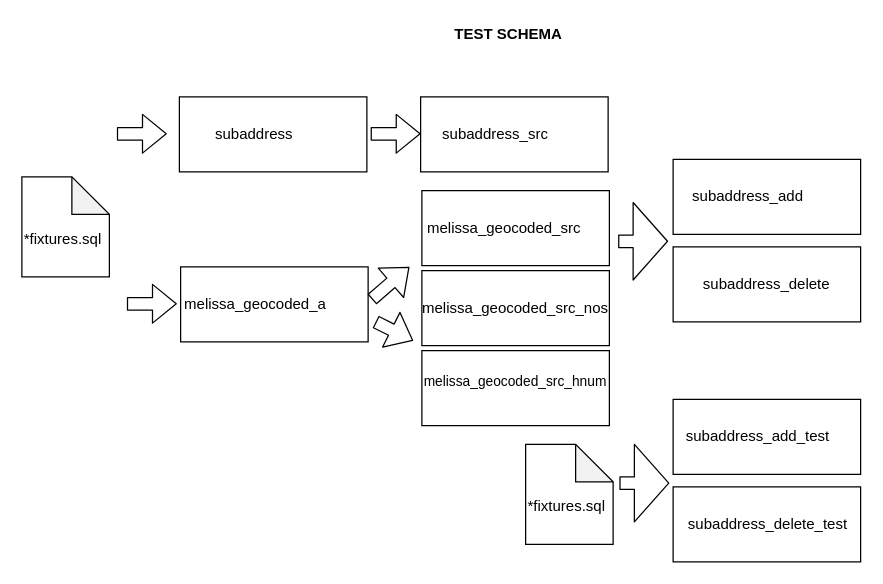
This is doc/test_schema.drawio from mattyschell/cscl-subaddress-matched, a draw.io file, before an edit. Source tidied: cells renumbered, new cells numbered last; positions are measured from the earlier drawing's top-left corner, leaving out a move shared by most shapes. Both pictures are drawn from the tidied source at 125%, with x=0, y=0 at pixel (21, 21).
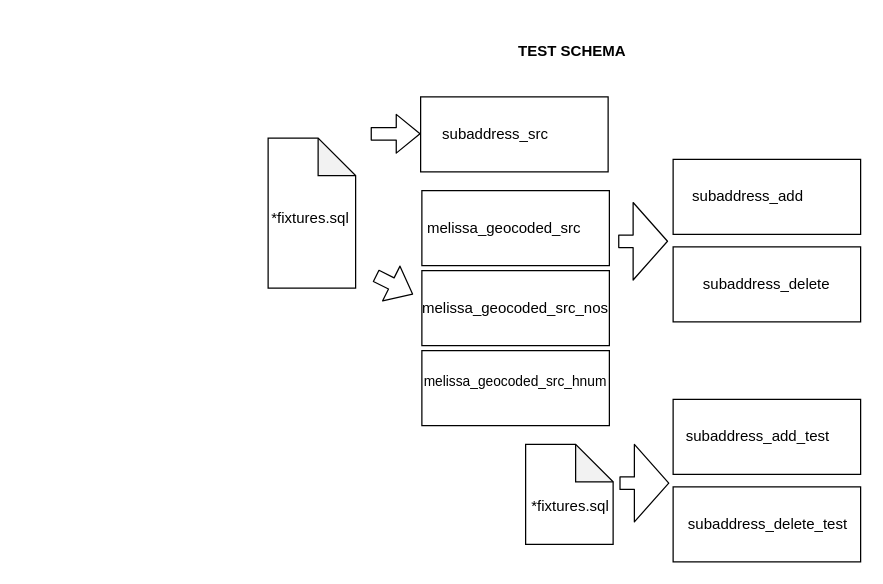
The same diagram, later.

Change to the diagram source:
```diff
@@
     <mxCell id="12" value="TEST SCHEMA" style="text;html=1;strokeColor=none;fillColor=none;align=center;verticalAlign=middle;whiteSpace=wrap;rounded=0;fontStyle=1;" parent="1" vertex="1">
-      <mxGeometry x="344" width="91" height="20" as="geometry" />
+      <mxGeometry x="395" y="14" width="91" height="20" as="geometry" />
     </mxCell>
-    <mxCell id="13" style="rounded=0;whiteSpace=wrap;html=1;" parent="1" vertex="1">
-      <mxGeometry x="126" y="60" width="150" height="60" as="geometry" />
-    </mxCell>
-    <mxCell id="14" value="subaddress" style="text;html=1;strokeColor=none;fillColor=none;align=center;verticalAlign=middle;whiteSpace=wrap;rounded=0;" parent="1" vertex="1">
-      <mxGeometry x="166" y="80" width="40" height="20" as="geometry" />
-    </mxCell>
-    <mxCell id="15" style="rounded=0;whiteSpace=wrap;html=1;" parent="1" vertex="1">
-      <mxGeometry x="127" y="196" width="150" height="60" as="geometry" />
-    </mxCell>
-    <mxCell id="16" value="melissa_geocoded_a" style="text;html=1;strokeColor=none;fillColor=none;align=center;verticalAlign=middle;whiteSpace=wrap;rounded=0;" parent="1" vertex="1">
-      <mxGeometry x="167" y="216" width="40" height="20" as="geometry" />
-    </mxCell>
-    <mxCell id="17" style="shape=flexArrow;endArrow=classic;html=1;" parent="1" edge="1">
-      <mxGeometry relative="1" as="geometry">
-        <mxPoint x="280" y="222" as="sourcePoint" />
-        <mxPoint x="310" y="196" as="targetPoint" />
-      </mxGeometry>
-    </mxCell>
-    <mxCell id="18" style="shape=flexArrow;endArrow=classic;html=1;" parent="1" edge="1">
-      <mxGeometry relative="1" as="geometry">
-        <mxPoint x="76" y="89.5" as="sourcePoint" />
-        <mxPoint x="116" y="89.5" as="targetPoint" />
-      </mxGeometry>
-    </mxCell>
-    <mxCell id="19" style="shape=flexArrow;endArrow=classic;html=1;" parent="1" edge="1">
-      <mxGeometry relative="1" as="geometry">
-        <mxPoint x="84" y="225.5" as="sourcePoint" />
-        <mxPoint x="124" y="225.5" as="targetPoint" />
-      </mxGeometry>
-    </mxCell>
@@
     <mxCell id="21" style="shape=flexArrow;endArrow=classic;html=1;" parent="1" edge="1">
       <mxGeometry relative="1" as="geometry">
-        <mxPoint x="283" y="240" as="sourcePoint" />
-        <mxPoint x="313" y="255" as="targetPoint" />
+        <mxPoint x="283" y="203" as="sourcePoint" />
+        <mxPoint x="313" y="218" as="targetPoint" />
       </mxGeometry>
     </mxCell>
@@
     <mxCell id="23" style="shape=note;whiteSpace=wrap;html=1;backgroundOutline=1;darkOpacity=0.05;" parent="1" vertex="1">
-      <mxGeometry y="124" width="70" height="80" as="geometry" />
+      <mxGeometry x="197" y="93" width="70" height="120" as="geometry" />
     </mxCell>
     <mxCell id="24" value="*fixtures.sql" style="text;html=1;strokeColor=none;fillColor=none;align=center;verticalAlign=middle;whiteSpace=wrap;rounded=0;" parent="1" vertex="1">
-      <mxGeometry x="13" y="164" width="40" height="20" as="geometry" />
+      <mxGeometry x="211" y="147" width="40" height="20" as="geometry" />
     </mxCell>
@@
     <mxCell id="30" value="*fixtures.sql" style="text;html=1;strokeColor=none;fillColor=none;align=center;verticalAlign=middle;whiteSpace=wrap;rounded=0;" parent="1" vertex="1">
-      <mxGeometry x="416" y="378" width="40" height="20" as="geometry" />
+      <mxGeometry x="419" y="378" width="40" height="20" as="geometry" />
     </mxCell>
```
